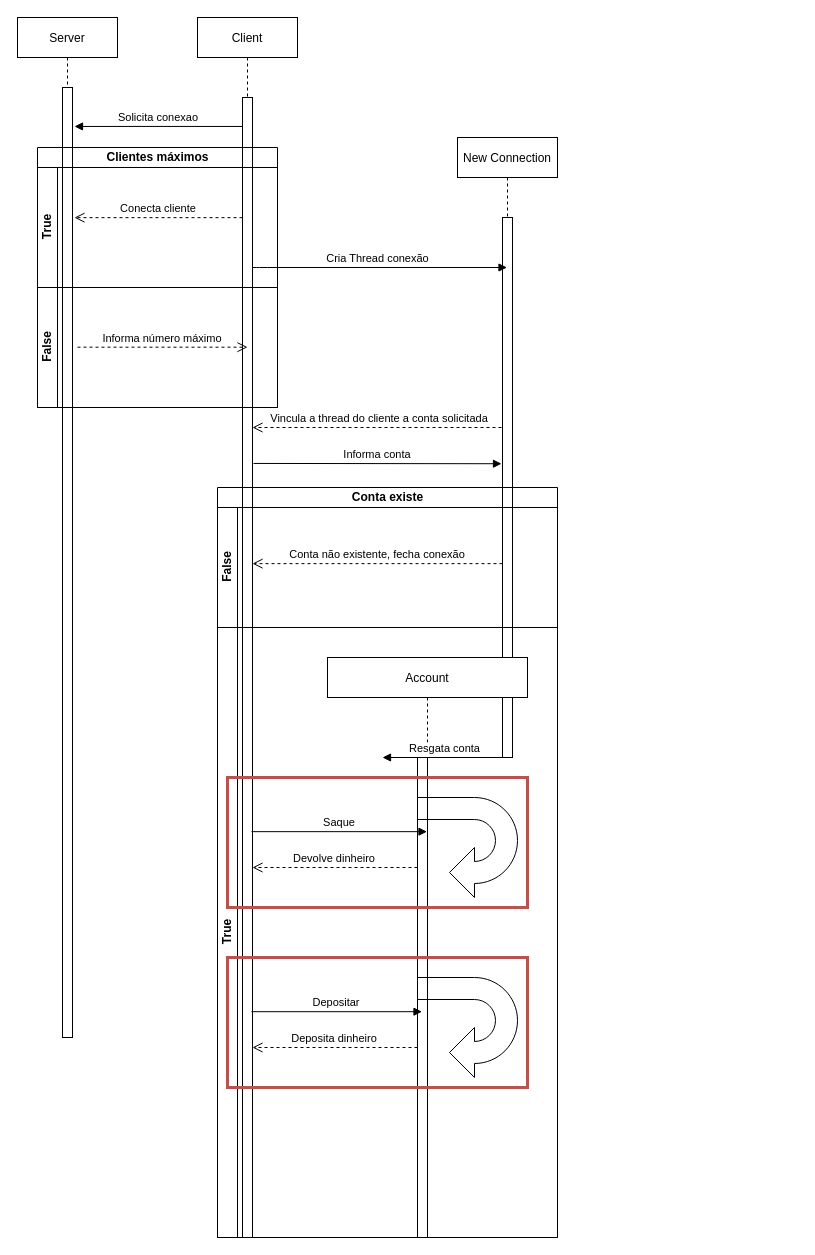
Above: Diagrama sem nome.drawio in 21lucasmessias/SocketUDPJava (draw.io), before the change. Source tidied: cells renumbered, new cells numbered last; positions are measured from the earlier drawing's top-left corner, leaving out a move shared by most shapes. Both pictures are drawn from the tidied source at 100%, with x=0, y=0 at pixel (17, 17).
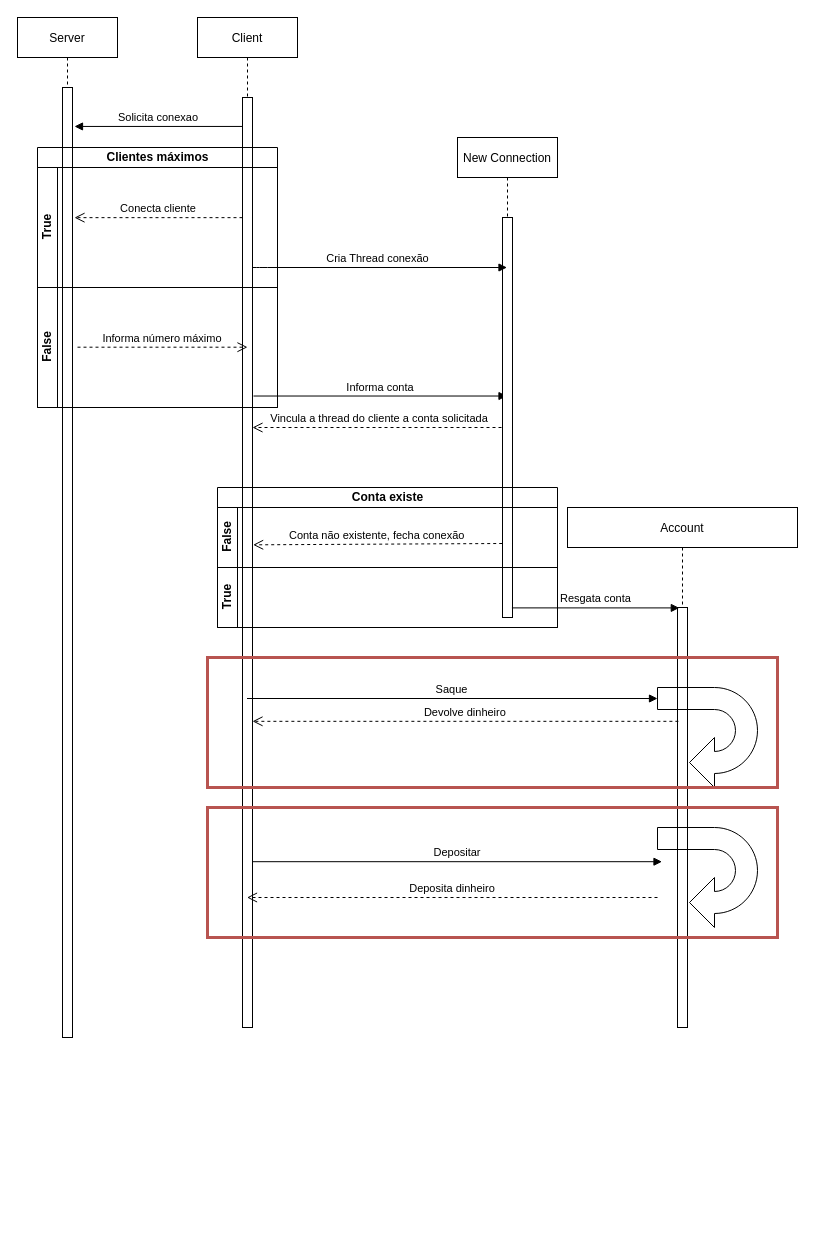
Above is the later version.

Commit message:
Multiple Banks

What changed in the source:
```diff
@@
     <mxCell id="4" value="Client" style="shape=umlLifeline;perimeter=lifelinePerimeter;rounded=0;shadow=0;strokeWidth=1;" parent="1" vertex="1">
-      <mxGeometry x="180" width="100" height="1220" as="geometry" />
+      <mxGeometry x="180" width="100" height="1010" as="geometry" />
     </mxCell>
     <mxCell id="5" style="points=[];perimeter=orthogonalPerimeter;rounded=0;shadow=0;strokeWidth=1;" parent="4" vertex="1">
-      <mxGeometry x="45" y="80" width="10" height="1140" as="geometry" />
+      <mxGeometry x="45" y="80" width="10" height="930" as="geometry" />
     </mxCell>
@@
-    <mxCell id="12" value="Informa conta" style="verticalAlign=bottom;endArrow=block;shadow=0;strokeWidth=1;exitX=1.1;exitY=0.321;exitDx=0;exitDy=0;exitPerimeter=0;entryX=-0.1;entryY=0.456;entryDx=0;entryDy=0;entryPerimeter=0;" parent="1" edge="1" source="5" target="15">
+    <mxCell id="12" value="Informa conta" style="verticalAlign=bottom;endArrow=block;shadow=0;strokeWidth=1;exitX=1.1;exitY=0.321;exitDx=0;exitDy=0;exitPerimeter=0;" parent="1" edge="1" source="5" target="14">
       <mxGeometry relative="1" as="geometry" />
     </mxCell>
@@
     <mxCell id="14" value="New Connection" style="shape=umlLifeline;perimeter=lifelinePerimeter;rounded=0;shadow=0;strokeWidth=1;" parent="1" vertex="1">
-      <mxGeometry x="440" y="120" width="100" height="620" as="geometry" />
+      <mxGeometry x="440" y="120" width="100" height="480" as="geometry" />
     </mxCell>
     <mxCell id="15" style="points=[];perimeter=orthogonalPerimeter;rounded=0;shadow=0;strokeWidth=1;" parent="14" vertex="1">
-      <mxGeometry x="45" y="80" width="10" height="540" as="geometry" />
+      <mxGeometry x="45" y="80" width="10" height="400" as="geometry" />
     </mxCell>
@@
     <mxCell id="17" value="Conta existe" style="swimlane;horizontal=1;startSize=20;html=1;fillColor=none;" parent="1" vertex="1">
-      <mxGeometry x="200" y="470" width="340" height="750" as="geometry" />
+      <mxGeometry x="200" y="470" width="340" height="140" as="geometry" />
     </mxCell>
     <mxCell id="18" value="False" style="swimlane;startSize=20;horizontal=0;html=1;fillColor=none;" parent="17" vertex="1">
-      <mxGeometry y="20" width="340" height="120" as="geometry" />
+      <mxGeometry y="20" width="340" height="60" as="geometry" />
     </mxCell>
     <mxCell id="19" value="True" style="swimlane;startSize=20;horizontal=0;html=1;fillColor=none;" parent="17" vertex="1">
-      <mxGeometry y="140" width="340" height="610" as="geometry" />
+      <mxGeometry y="80" width="340" height="60" as="geometry" />
     </mxCell>
+    <mxCell id="30" value="Conta não existente, fecha conexão" style="verticalAlign=bottom;endArrow=open;dashed=1;endSize=8;shadow=0;strokeWidth=1;entryX=1.063;entryY=0.481;entryDx=0;entryDy=0;entryPerimeter=0;exitX=-0.029;exitY=0.815;exitDx=0;exitDy=0;exitPerimeter=0;" parent="1" edge="1" source="15" target="5">
+      <mxGeometry relative="1" as="geometry" />
+    </mxCell>
+    <mxCell id="31" value="Saque" style="verticalAlign=bottom;endArrow=block;shadow=0;strokeWidth=1;entryX=0;entryY=0;entryDx=100;entryDy=89;entryPerimeter=0;" parent="1" edge="1" source="4" target="23">
+      <mxGeometry relative="1" as="geometry" />
+    </mxCell>
-    <mxCell id="20" value="Account" style="shape=umlLifeline;perimeter=lifelinePerimeter;rounded=0;shadow=0;strokeWidth=1;size=40;" parent="19" vertex="1">
-      <mxGeometry x="110" y="30" width="200" height="580" as="geometry" />
+    <mxCell id="20" value="Account" style="shape=umlLifeline;perimeter=lifelinePerimeter;rounded=0;shadow=0;strokeWidth=1;size=40;" parent="1" vertex="1">
+      <mxGeometry x="550" y="490" width="230" height="520" as="geometry" />
     </mxCell>
     <mxCell id="21" style="points=[];perimeter=orthogonalPerimeter;rounded=0;shadow=0;strokeWidth=1;" parent="20" vertex="1">
-      <mxGeometry x="90" y="100" width="10" height="480" as="geometry" />
+      <mxGeometry x="110" y="100" width="10" height="420" as="geometry" />
     </mxCell>
-    <mxCell id="22" value="Resgata conta" style="verticalAlign=bottom;endArrow=block;shadow=0;strokeWidth=1;" parent="20" edge="1" source="14">
-      <mxGeometry relative="1" as="geometry">
-        <mxPoint x="55" y="100" as="targetPoint" />
-      </mxGeometry>
-    </mxCell>
     <mxCell id="23" style="html=1;shadow=0;dashed=0;align=center;verticalAlign=middle;shape=mxgraph.arrows2.uTurnArrow;dy=11;arrowHead=50;dx2=25;fillColor=none;rotation=-180;" parent="20" vertex="1">
-      <mxGeometry x="90" y="140" width="100" height="100" as="geometry" />
+      <mxGeometry x="90" y="180" width="100" height="100" as="geometry" />
     </mxCell>
@@
     <mxCell id="25" style="rounded=0;whiteSpace=wrap;html=1;fillColor=none;strokeColor=#b85450;strokeWidth=3;" parent="20" vertex="1">
-      <mxGeometry x="-100" y="300" width="300" height="130" as="geometry" />
+      <mxGeometry x="-360" y="300" width="570" height="130" as="geometry" />
     </mxCell>
-    <mxCell id="26" value="Deposita dinheiro" style="verticalAlign=bottom;endArrow=open;dashed=1;endSize=8;shadow=0;strokeWidth=1;exitX=0;exitY=0.641;exitDx=0;exitDy=0;exitPerimeter=0;" parent="20" edge="1">
+    <mxCell id="26" value="Deposita dinheiro" style="verticalAlign=bottom;endArrow=open;dashed=1;endSize=8;shadow=0;strokeWidth=1;exitX=0;exitY=0.641;exitDx=0;exitDy=0;exitPerimeter=0;" parent="20" edge="1" target="4">
       <mxGeometry relative="1" as="geometry">
         <mxPoint x="90" y="390" as="sourcePoint" />
-        <mxPoint x="-75" y="390" as="targetPoint" />
       </mxGeometry>
     </mxCell>
-    <mxCell id="27" value="Depositar" style="verticalAlign=bottom;endArrow=block;shadow=0;strokeWidth=1;exitX=0.9;exitY=0.644;exitDx=0;exitDy=0;exitPerimeter=0;" parent="20" edge="1">
+    <mxCell id="27" value="Depositar" style="verticalAlign=bottom;endArrow=block;shadow=0;strokeWidth=1;" parent="20" edge="1" source="5">
       <mxGeometry relative="1" as="geometry">
-        <mxPoint x="-76" y="354.2" as="sourcePoint" />
         <mxPoint x="94.5" y="354.2" as="targetPoint" />
       </mxGeometry>
     </mxCell>
+    <mxCell id="29" value="Devolve dinheiro" style="verticalAlign=bottom;endArrow=open;dashed=1;endSize=8;shadow=0;strokeWidth=1;exitX=0.089;exitY=0.271;exitDx=0;exitDy=0;exitPerimeter=0;" parent="1" edge="1" source="21" target="5">
+      <mxGeometry relative="1" as="geometry" />
+    </mxCell>
-    <mxCell id="28" style="rounded=0;whiteSpace=wrap;html=1;fillColor=none;strokeColor=#b85450;strokeWidth=3;" parent="19" vertex="1">
-      <mxGeometry x="10" y="150" width="300" height="130" as="geometry" />
+    <mxCell id="28" style="rounded=0;whiteSpace=wrap;html=1;fillColor=none;strokeColor=#b85450;strokeWidth=3;" parent="1" vertex="1">
+      <mxGeometry x="190" y="640" width="570" height="130" as="geometry" />
     </mxCell>
-    <mxCell id="29" value="Devolve dinheiro" style="verticalAlign=bottom;endArrow=open;dashed=1;endSize=8;shadow=0;strokeWidth=1;exitX=0;exitY=0.641;exitDx=0;exitDy=0;exitPerimeter=0;" parent="19" edge="1" target="5">
-      <mxGeometry relative="1" as="geometry">
-        <mxPoint x="200" y="240" as="sourcePoint" />
-      </mxGeometry>
-    </mxCell>
-    <mxCell id="30" value="Conta não existente, fecha conexão" style="verticalAlign=bottom;endArrow=open;dashed=1;endSize=8;shadow=0;strokeWidth=1;exitX=0;exitY=0.641;exitDx=0;exitDy=0;exitPerimeter=0;" parent="1" edge="1" source="15" target="5">
-      <mxGeometry relative="1" as="geometry" />
-    </mxCell>
-    <mxCell id="31" value="Saque" style="verticalAlign=bottom;endArrow=block;shadow=0;strokeWidth=1;exitX=0.9;exitY=0.644;exitDx=0;exitDy=0;exitPerimeter=0;" parent="1" edge="1" source="5" target="20">
-      <mxGeometry relative="1" as="geometry" />
-    </mxCell>
+    <mxCell id="22" value="Resgata conta" style="verticalAlign=bottom;endArrow=block;shadow=0;strokeWidth=1;exitX=0.941;exitY=0.976;exitDx=0;exitDy=0;exitPerimeter=0;entryX=0.181;entryY=0.001;entryDx=0;entryDy=0;entryPerimeter=0;" parent="1" edge="1" source="15" target="21">
+      <mxGeometry relative="1" as="geometry" />
+    </mxCell>
```
